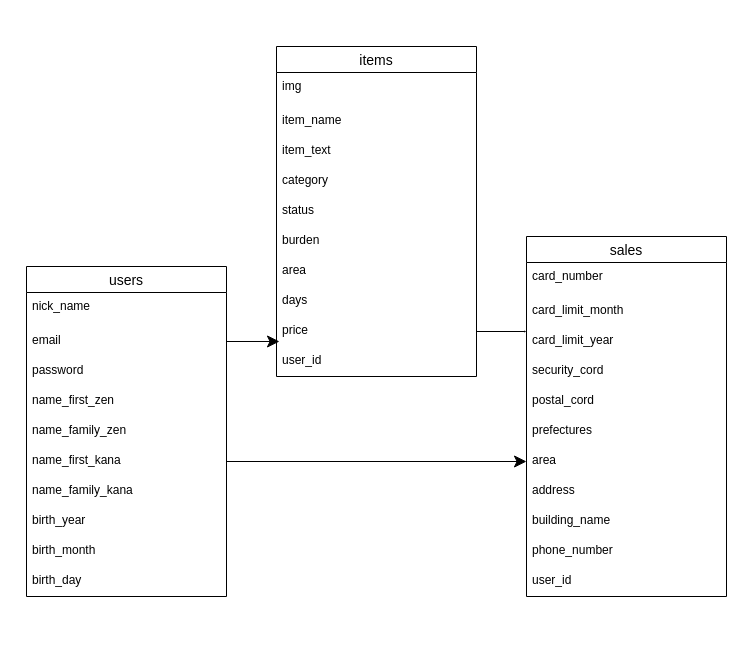
Earlier version of the draw.io diagram db.dio (aokinorifumi/furima-34849). Source tidied: cells renumbered, new cells numbered last; positions are measured from the earlier drawing's top-left corner, leaving out a move shared by most shapes. Both pictures are drawn from the tidied source at 100%, with x=0, y=0 at pixel (26, 46).
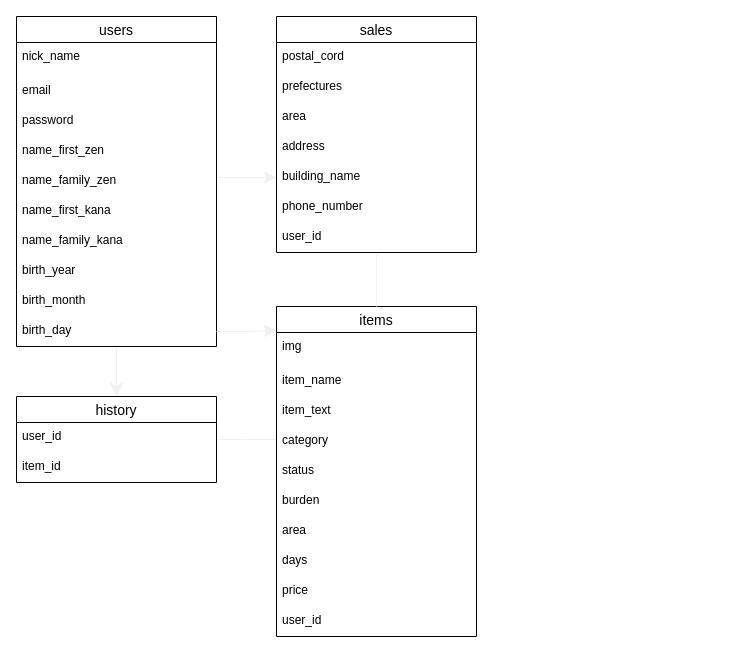
The same diagram, later.

Commit message (it also covers changes not shown here):
データベース設計2

Unchanged cells that the change refers to:
```xml
<mxCell id="4" value="email" style="text;strokeColor=none;fillColor=none;spacingLeft=4;spacingRight=4;overflow=hidden;points=[[0,0.5],[1,0.5]];portConstraint=eastwest;fontSize=12;" parent="2" vertex="1">
  <mxGeometry y="60" width="200" height="30" as="geometry" />
</mxCell>
<mxCell id="8" value="name_first_kana" style="text;strokeColor=none;fillColor=none;spacingLeft=4;spacingRight=4;overflow=hidden;points=[[0,0.5],[1,0.5]];portConstraint=eastwest;fontSize=12;" parent="2" vertex="1">
  <mxGeometry y="180" width="200" height="30" as="geometry" />
</mxCell>
<mxCell id="12" value="birth_day" style="text;strokeColor=none;fillColor=none;spacingLeft=4;spacingRight=4;overflow=hidden;points=[[0,0.5],[1,0.5]];portConstraint=eastwest;fontSize=12;" parent="2" vertex="1">
  <mxGeometry y="300" width="200" height="30" as="geometry" />
</mxCell>
<mxCell id="34" value="price" style="text;strokeColor=none;fillColor=none;spacingLeft=4;spacingRight=4;overflow=hidden;points=[[0,0.5],[1,0.5]];portConstraint=eastwest;fontSize=12;" parent="25" vertex="1">
  <mxGeometry y="270" width="200" height="30" as="geometry" />
</mxCell>
<mxCell id="35" value="user_id" style="text;strokeColor=none;fillColor=none;spacingLeft=4;spacingRight=4;overflow=hidden;points=[[0,0.5],[1,0.5]];portConstraint=eastwest;fontSize=12;" parent="25" vertex="1">
  <mxGeometry y="300" width="200" height="30" as="geometry" />
</mxCell>
```

Change to the diagram source:
```diff
@@
     <mxCell id="2" value="users" style="swimlane;fontStyle=0;horizontal=1;startSize=26;align=center;fontSize=14;" parent="1" vertex="1">
-      <mxGeometry y="220" width="200" height="330" as="geometry" />
+      <mxGeometry x="-10" y="-30" width="200" height="330" as="geometry" />
     </mxCell>
@@
+    <mxCell id="39" style="edgeStyle=orthogonalEdgeStyle;rounded=0;orthogonalLoop=1;jettySize=auto;html=1;exitX=1;exitY=0.5;exitDx=0;exitDy=0;startSize=0;endSize=10;strokeColor=#f0f0f0;" parent="2" edge="1" source="8" target="8">
+      <mxGeometry relative="1" as="geometry" />
+    </mxCell>
     <mxCell id="13" value="sales" style="swimlane;fontStyle=0;horizontal=1;startSize=26;align=center;fontSize=14;" parent="1" vertex="1">
-      <mxGeometry x="500" y="190" width="200" height="360" as="geometry" />
+      <mxGeometry x="250" y="-30" width="200" height="236" as="geometry" />
     </mxCell>
-    <mxCell id="14" value="card_number" style="text;strokeColor=none;fillColor=none;spacingLeft=4;spacingRight=4;overflow=hidden;fontSize=12;" parent="13" vertex="1">
-      <mxGeometry y="26" width="200" height="34" as="geometry" />
-    </mxCell>
-    <mxCell id="15" value="card_limit_month" style="text;strokeColor=none;fillColor=none;spacingLeft=4;spacingRight=4;overflow=hidden;fontSize=12;" parent="13" vertex="1">
-      <mxGeometry y="60" width="200" height="30" as="geometry" />
-    </mxCell>
-    <mxCell id="16" value="card_limit_year" style="text;strokeColor=none;fillColor=none;spacingLeft=4;spacingRight=4;overflow=hidden;points=[[0,0.5],[1,0.5]];portConstraint=eastwest;fontSize=12;" parent="13" vertex="1">
-      <mxGeometry y="90" width="200" height="30" as="geometry" />
-    </mxCell>
-    <mxCell id="17" value="security_cord" style="text;strokeColor=none;fillColor=none;spacingLeft=4;spacingRight=4;overflow=hidden;fontSize=12;" parent="13" vertex="1">
-      <mxGeometry y="120" width="200" height="30" as="geometry" />
-    </mxCell>
     <mxCell id="18" value="postal_cord" style="text;strokeColor=none;fillColor=none;spacingLeft=4;spacingRight=4;overflow=hidden;fontSize=12;" parent="13" vertex="1">
-      <mxGeometry y="150" width="200" height="30" as="geometry" />
+      <mxGeometry y="26" width="200" height="30" as="geometry" />
     </mxCell>
     <mxCell id="19" value="prefectures" style="text;strokeColor=none;fillColor=none;spacingLeft=4;spacingRight=4;overflow=hidden;fontSize=12;" parent="13" vertex="1">
-      <mxGeometry y="180" width="200" height="30" as="geometry" />
+      <mxGeometry y="56" width="200" height="30" as="geometry" />
     </mxCell>
     <mxCell id="20" value="area" style="text;strokeColor=none;fillColor=none;spacingLeft=4;spacingRight=4;overflow=hidden;points=[[0,0.5],[1,0.5]];portConstraint=eastwest;fontSize=12;" parent="13" vertex="1">
-      <mxGeometry y="210" width="200" height="30" as="geometry" />
+      <mxGeometry y="86" width="200" height="30" as="geometry" />
     </mxCell>
     <mxCell id="21" value="address" style="text;strokeColor=none;fillColor=none;spacingLeft=4;spacingRight=4;overflow=hidden;fontSize=12;" parent="13" vertex="1">
-      <mxGeometry y="240" width="200" height="30" as="geometry" />
+      <mxGeometry y="116" width="200" height="30" as="geometry" />
     </mxCell>
     <mxCell id="22" value="building_name" style="text;strokeColor=none;fillColor=none;spacingLeft=4;spacingRight=4;overflow=hidden;points=[[0,0.5],[1,0.5]];portConstraint=eastwest;fontSize=12;" parent="13" vertex="1">
-      <mxGeometry y="270" width="200" height="30" as="geometry" />
+      <mxGeometry y="146" width="200" height="30" as="geometry" />
     </mxCell>
     <mxCell id="23" value="phone_number" style="text;strokeColor=none;fillColor=none;spacingLeft=4;spacingRight=4;overflow=hidden;fontSize=12;" parent="13" vertex="1">
-      <mxGeometry y="300" width="200" height="30" as="geometry" />
+      <mxGeometry y="176" width="200" height="30" as="geometry" />
     </mxCell>
     <mxCell id="24" value="user_id" style="text;strokeColor=none;fillColor=none;spacingLeft=4;spacingRight=4;overflow=hidden;points=[[0,0.5],[1,0.5]];portConstraint=eastwest;fontSize=12;" parent="13" vertex="1">
-      <mxGeometry y="330" width="200" height="30" as="geometry" />
+      <mxGeometry y="206" width="200" height="30" as="geometry" />
     </mxCell>
     <mxCell id="25" value="items" style="swimlane;fontStyle=0;horizontal=1;startSize=26;align=center;fontSize=14;" parent="1" vertex="1">
-      <mxGeometry x="250" width="200" height="330" as="geometry" />
+      <mxGeometry x="250" y="260" width="200" height="330" as="geometry" />
     </mxCell>
@@
-    <mxCell id="29" value="category" style="text;strokeColor=none;fillColor=none;spacingLeft=4;spacingRight=4;overflow=hidden;fontSize=12;" parent="25" vertex="1">
+    <mxCell id="29" value="category" style="text;fillColor=none;spacingLeft=4;spacingRight=4;overflow=hidden;fontSize=12;" parent="25" vertex="1">
       <mxGeometry y="120" width="200" height="30" as="geometry" />
     </mxCell>
@@
-    <mxCell id="36" style="edgeStyle=orthogonalEdgeStyle;rounded=0;jettySize=auto;html=1;exitX=1;exitY=0.5;exitDx=0;exitDy=0;entryX=0;entryY=0.5;entryDx=0;entryDy=0;endSize=10;" parent="1" edge="1" source="8" target="20">
-      <mxGeometry relative="1" as="geometry" />
-    </mxCell>
-    <mxCell id="37" style="edgeStyle=orthogonalEdgeStyle;rounded=0;jettySize=auto;html=1;exitX=1;exitY=0.5;exitDx=0;exitDy=0;entryX=0.015;entryY=-0.167;entryDx=0;entryDy=0;entryPerimeter=0;endSize=10;" parent="1" edge="1" source="4" target="35">
-      <mxGeometry relative="1" as="geometry" />
-    </mxCell>
-    <mxCell id="38" style="edgeStyle=orthogonalEdgeStyle;rounded=0;jettySize=auto;html=1;exitX=1;exitY=0.5;exitDx=0;exitDy=0;entryX=0;entryY=0.167;entryDx=0;entryDy=0;entryPerimeter=0;endSize=0;startSize=0;" parent="1" edge="1" source="34" target="16">
-      <mxGeometry relative="1" as="geometry" />
-    </mxCell>
+    <mxCell id="40" style="edgeStyle=orthogonalEdgeStyle;rounded=0;jettySize=auto;html=1;startSize=0;endSize=0;strokeColor=#f0f0f0;" parent="1" edge="1" source="41">
+      <mxGeometry relative="1" as="geometry">
+        <mxPoint x="250" y="393" as="targetPoint" />
+      </mxGeometry>
+    </mxCell>
+    <mxCell id="41" value="history" style="swimlane;fontStyle=0;horizontal=1;startSize=26;align=center;fontSize=14;" parent="1" vertex="1">
+      <mxGeometry x="-10" y="350" width="200" height="86" as="geometry" />
+    </mxCell>
+    <mxCell id="42" value="user_id" style="text;strokeColor=none;fillColor=none;spacingLeft=4;spacingRight=4;overflow=hidden;fontSize=12;" parent="41" vertex="1">
+      <mxGeometry y="26" width="200" height="30" as="geometry" />
+    </mxCell>
+    <mxCell id="43" value="item_id" style="text;strokeColor=none;fillColor=none;spacingLeft=4;spacingRight=4;overflow=hidden;fontSize=12;" parent="41" vertex="1">
+      <mxGeometry y="56" width="200" height="30" as="geometry" />
+    </mxCell>
+    <mxCell id="44" style="endArrow=classic;startArrow=classic;html=1;strokeColor=#f0f0f0;entryX=0.5;entryY=0;entryDx=0;entryDy=0;startSize=0;endSize=11;" parent="1" edge="1" target="41">
+      <mxGeometry relative="1" as="geometry">
+        <mxPoint x="90" y="301" as="sourcePoint" />
+      </mxGeometry>
+    </mxCell>
+    <mxCell id="45" style="endArrow=classic;startArrow=classic;html=1;strokeColor=#f0f0f0;entryX=0;entryY=0.5;entryDx=0;entryDy=0;startSize=0;endSize=10;" parent="1" edge="1" target="22">
+      <mxGeometry relative="1" as="geometry">
+        <mxPoint x="190" y="131" as="sourcePoint" />
+      </mxGeometry>
+    </mxCell>
+    <mxCell id="46" style="endArrow=none;html=1;strokeColor=#f0f0f0;entryX=0.5;entryY=1.067;entryDx=0;entryDy=0;entryPerimeter=0;exitX=0.5;exitY=0;exitDx=0;exitDy=0;" parent="1" edge="1" source="25" target="24">
+      <mxGeometry relative="1" as="geometry" />
+    </mxCell>
+    <mxCell id="47" style="edgeStyle=orthogonalEdgeStyle;rounded=0;jettySize=auto;html=1;exitX=1;exitY=0.5;exitDx=0;exitDy=0;entryX=0;entryY=0.073;entryDx=0;entryDy=0;entryPerimeter=0;startSize=0;endSize=10;targetPerimeterSpacing=12;strokeColor=#f0f0f0;" parent="1" edge="1" source="12" target="25">
+      <mxGeometry relative="1" as="geometry" />
+    </mxCell>
```
